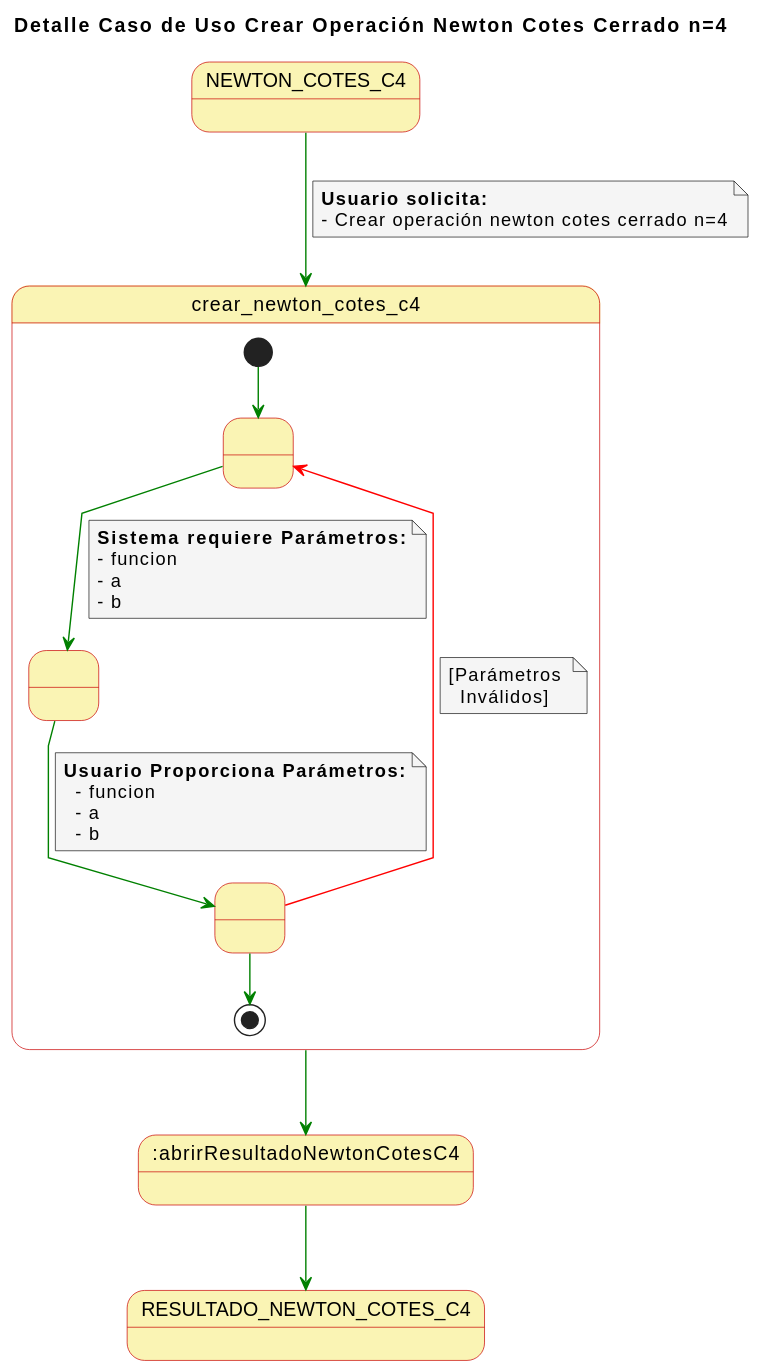
This is imágenes/casosUso/detallesCasosUsoDiferenciacionNumericaEIntegracion/detalleCasoUsoCrearNewtonCotesC4.svg from rodri5villa/numath-API, a PlantUML export, as it was before one commit.
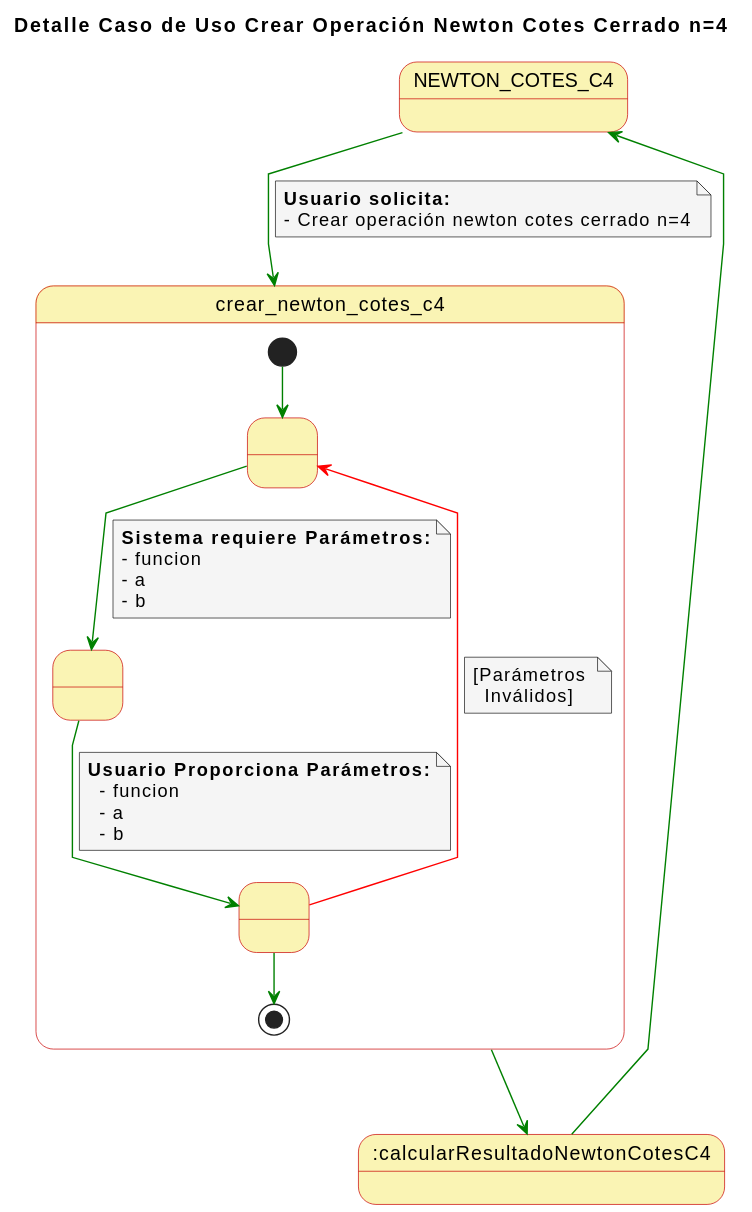
After the change.

Diff of the diagram source:
```diff
@@ -1,4 +1,6 @@
 @startuml
+top to bottom direction
+
 skinparam state {
   BackgroundColor #faf4b4
   BorderColor #c90000
@@ -12,6 +14,7 @@
 
 title Detalle Caso de Uso Crear Operación Newton Cotes Cerrado n=4
 
+state NEWTON_COTES_C4
 
 NEWTON_COTES_C4-[#green]-> crear_newton_cotes_c4
 note on link
@@ -48,7 +51,7 @@
 
 }
 
-crear_newton_cotes_c4-[#green]-> :abrirResultadoNewtonCotesC4
+crear_newton_cotes_c4-[#green]-> :calcularResultadoNewtonCotesC4
 
-:abrirResultadoNewtonCotesC4-[#green]-> RESULTADO_NEWTON_COTES_C4
+:calcularResultadoNewtonCotesC4-[#green]-> NEWTON_COTES_C4
 @enduml
```
